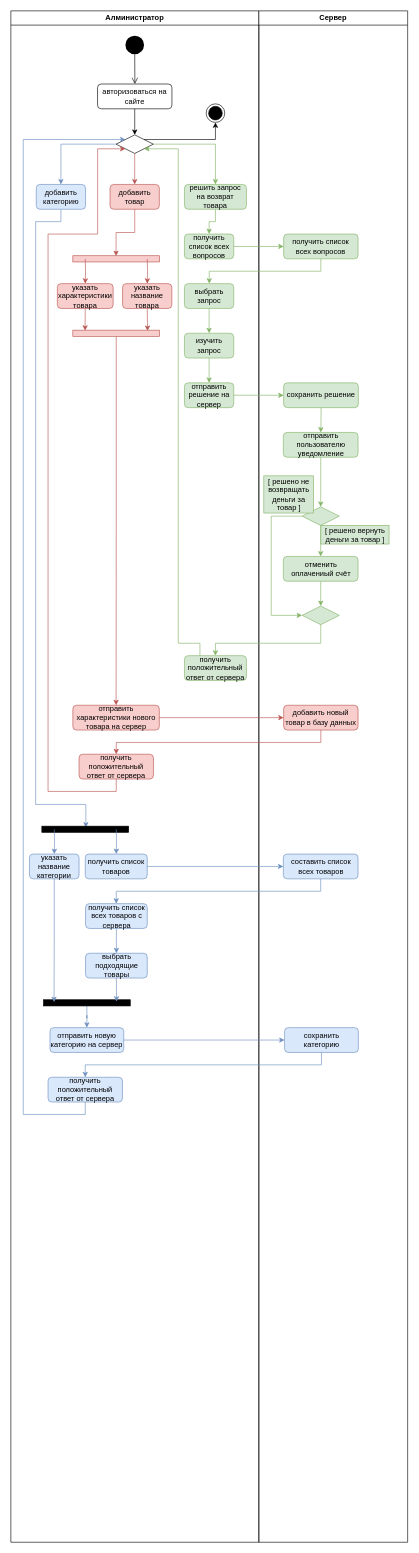
Earlier version of the draw.io diagram activity_2.drawio (randomunrandom/MSS). Source tidied: cells renumbered, new cells numbered last; positions are measured from the earlier drawing's top-left corner, leaving out a move shared by most shapes. Both pictures are drawn from the tidied source at 62%, with x=0, y=0 at pixel (11, 11).
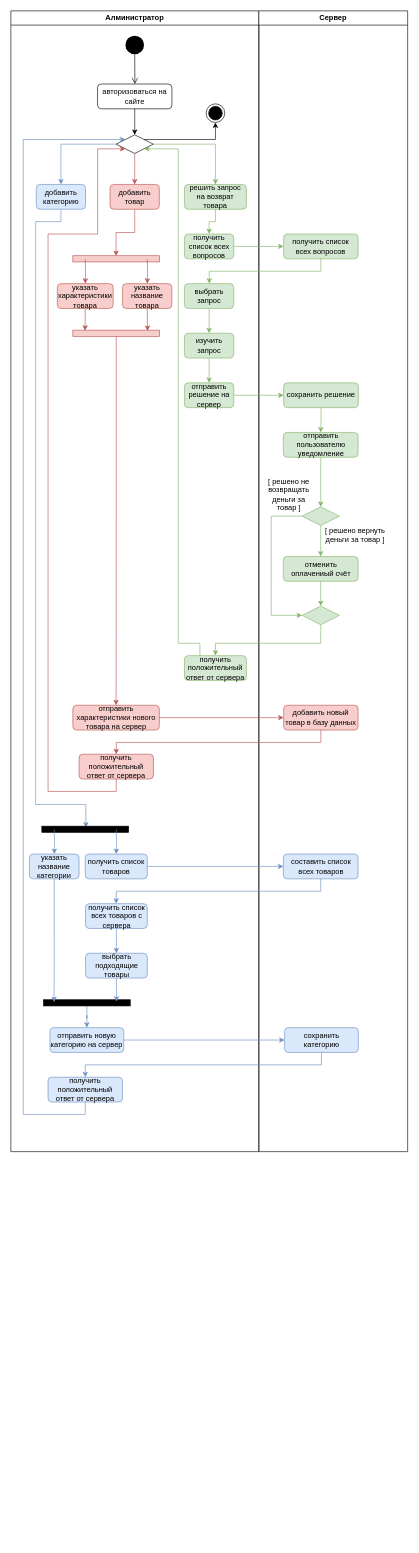
The same diagram, later.

Change to the diagram source:
```diff
@@
     <mxCell id="2" value="Алминистратор" style="swimlane;whiteSpace=wrap;" parent="1" vertex="1">
-      <mxGeometry width="400" height="2470" as="geometry" />
+      <mxGeometry width="400" height="1840" as="geometry" />
     </mxCell>
@@
     <mxCell id="54" value="Сервер" style="swimlane;whiteSpace=wrap;" parent="1" vertex="1">
-      <mxGeometry x="400" width="240" height="2470" as="geometry" />
+      <mxGeometry x="400" width="240" height="1840" as="geometry" />
     </mxCell>
@@
-    <mxCell id="64" value="[ решено вернуть&lt;br&gt;деньги за товар ]" style="text;html=1;align=center;verticalAlign=middle;fillColor=#d5e8d4;strokeColor=#82b366;" parent="54" vertex="1">
+    <mxCell id="64" value="[ решено вернуть&lt;br&gt;деньги за товар ]" style="text;html=1;align=center;verticalAlign=middle;" parent="54" vertex="1">
       <mxGeometry x="100" y="830" width="110" height="30" as="geometry" />
     </mxCell>
@@
-    <mxCell id="68" value="[ решено не&lt;br&gt;возвращать&lt;br&gt;деньги за&lt;br&gt;товар ]" style="text;html=1;align=center;verticalAlign=middle;fillColor=#d5e8d4;strokeColor=#82b366;" parent="54" vertex="1">
+    <mxCell id="68" value="[ решено не&lt;br&gt;возвращать&lt;br&gt;деньги за&lt;br&gt;товар ]" style="text;html=1;align=center;verticalAlign=middle;" parent="54" vertex="1">
       <mxGeometry x="8" y="750" width="80" height="60" as="geometry" />
     </mxCell>
```
